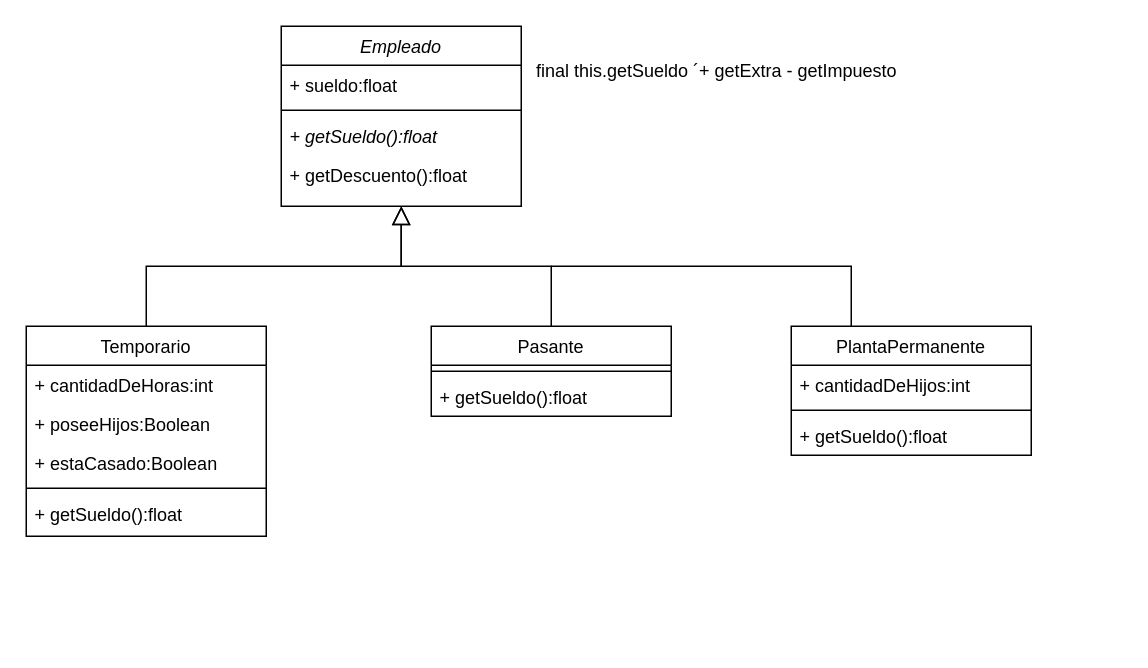
Earlier version of the draw.io diagram unq-po2-TemplateMethod-sueldosRecargados.drawio (nhubczyk/Diagramas-UML). Source tidied: cells renumbered, new cells numbered last; positions are measured from the earlier drawing's top-left corner, leaving out a move shared by most shapes. Both pictures are drawn from the tidied source at 150%, with x=0, y=0 at pixel (26, 26).
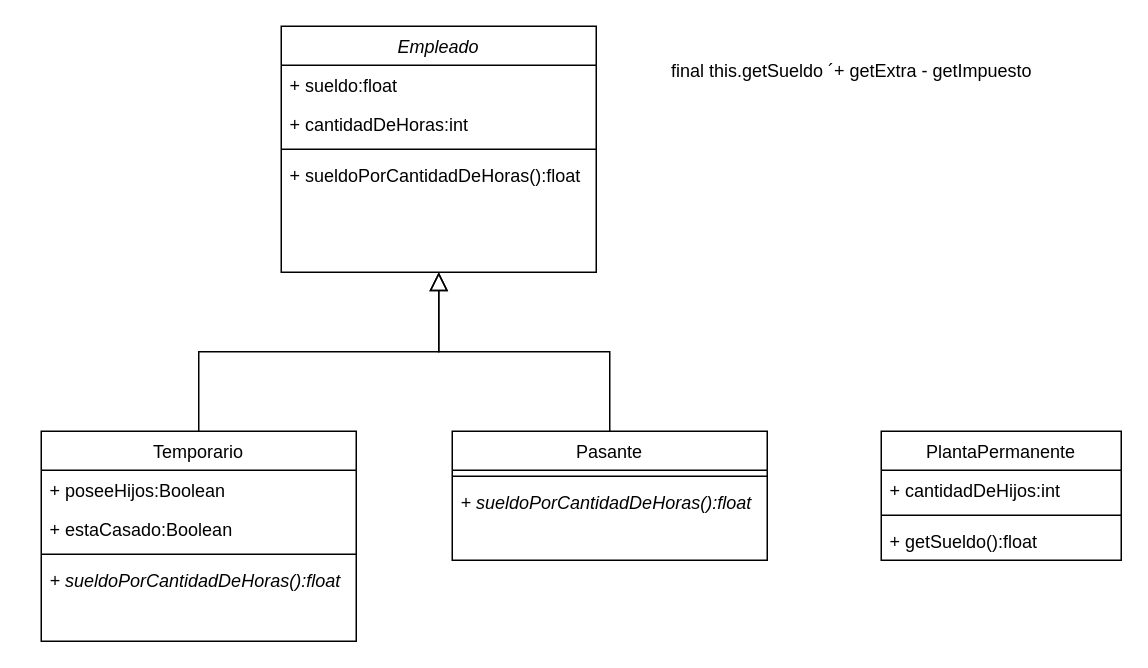
After the change.

The edit, as a diff of the source:
```diff
@@
     <mxCell id="2" value="Empleado" style="swimlane;fontStyle=2;align=center;verticalAlign=top;horizontal=1;startSize=26;rounded=0;shadow=0;strokeWidth=1;" parent="1" vertex="1">
-      <mxGeometry x="170" width="160" height="120" as="geometry" />
+      <mxGeometry x="170" width="210" height="164" as="geometry" />
     </mxCell>
     <mxCell id="3" value="+ sueldo:float" style="text;align=left;verticalAlign=top;spacingLeft=4;spacingRight=4;overflow=hidden;" parent="2" vertex="1">
-      <mxGeometry y="26" width="160" height="26" as="geometry" />
+      <mxGeometry y="26" width="210" height="26" as="geometry" />
     </mxCell>
+    <mxCell id="8" value="+ cantidadDeHoras:int" style="text;align=left;verticalAlign=top;spacingLeft=4;spacingRight=4;overflow=hidden;" parent="2" vertex="1">
+      <mxGeometry y="52" width="210" height="26" as="geometry" />
+    </mxCell>
     <mxCell id="4" style="line;html=1;strokeWidth=1;align=left;verticalAlign=middle;spacingTop=-1;spacingLeft=3;spacingRight=3;labelPosition=right;" parent="2" vertex="1">
-      <mxGeometry y="52" width="160" height="8" as="geometry" />
+      <mxGeometry y="78" width="210" height="8" as="geometry" />
     </mxCell>
-    <mxCell id="5" value="+ getSueldo():float" style="text;align=left;verticalAlign=top;spacingLeft=4;spacingRight=4;overflow=hidden;fontStyle=2;" parent="2" vertex="1">
-      <mxGeometry y="60" width="160" height="26" as="geometry" />
+    <mxCell id="5" value="+ sueldoPorCantidadDeHoras():float" style="text;align=left;verticalAlign=top;spacingLeft=4;spacingRight=4;overflow=hidden;fontStyle=0;" parent="2" vertex="1">
+      <mxGeometry y="86" width="210" height="26" as="geometry" />
     </mxCell>
-    <mxCell id="6" value="+ getDescuento():float" style="text;align=left;verticalAlign=top;spacingLeft=4;spacingRight=4;overflow=hidden;" parent="2" vertex="1">
-      <mxGeometry y="86" width="160" height="26" as="geometry" />
-    </mxCell>
     <mxCell id="7" value="Temporario" style="swimlane;fontStyle=0;align=center;verticalAlign=top;horizontal=1;startSize=26;rounded=0;shadow=0;strokeWidth=1;" parent="1" vertex="1">
-      <mxGeometry y="200" width="160" height="140" as="geometry" />
+      <mxGeometry x="10" y="270" width="210" height="140" as="geometry" />
     </mxCell>
-    <mxCell id="8" value="+ cantidadDeHoras:int" style="text;align=left;verticalAlign=top;spacingLeft=4;spacingRight=4;overflow=hidden;" parent="7" vertex="1">
-      <mxGeometry y="26" width="160" height="26" as="geometry" />
-    </mxCell>
     <mxCell id="9" value="+ poseeHijos:Boolean" style="text;align=left;verticalAlign=top;spacingLeft=4;spacingRight=4;overflow=hidden;rounded=0;shadow=0;html=0;" parent="7" vertex="1">
-      <mxGeometry y="52" width="160" height="26" as="geometry" />
+      <mxGeometry y="26" width="210" height="26" as="geometry" />
     </mxCell>
     <mxCell id="10" value="+ estaCasado:Boolean" style="text;align=left;verticalAlign=top;spacingLeft=4;spacingRight=4;overflow=hidden;rounded=0;shadow=0;html=0;" parent="7" vertex="1">
-      <mxGeometry y="78" width="160" height="26" as="geometry" />
+      <mxGeometry y="52" width="210" height="26" as="geometry" />
     </mxCell>
     <mxCell id="11" style="line;html=1;strokeWidth=1;align=left;verticalAlign=middle;spacingTop=-1;spacingLeft=3;spacingRight=3;labelPosition=right;" parent="7" vertex="1">
-      <mxGeometry y="104" width="160" height="8" as="geometry" />
+      <mxGeometry y="78" width="210" height="8" as="geometry" />
     </mxCell>
-    <mxCell id="12" value="+ getSueldo():float" style="text;align=left;verticalAlign=top;spacingLeft=4;spacingRight=4;overflow=hidden;fontStyle=0;" parent="7" vertex="1">
-      <mxGeometry y="112" width="160" height="26" as="geometry" />
-    </mxCell>
+    <mxCell id="24" value="+ sueldoPorCantidadDeHoras():float" style="text;align=left;verticalAlign=top;spacingLeft=4;spacingRight=4;overflow=hidden;fontStyle=2;" parent="7" vertex="1">
+      <mxGeometry y="86" width="210" height="26" as="geometry" />
+    </mxCell>
@@
     <mxCell id="14" value="Pasante" style="swimlane;fontStyle=0;align=center;verticalAlign=top;horizontal=1;startSize=26;rounded=0;shadow=0;strokeWidth=1;" parent="1" vertex="1">
-      <mxGeometry x="270" y="200" width="160" height="60" as="geometry" />
+      <mxGeometry x="284" y="270" width="210" height="86" as="geometry" />
     </mxCell>
     <mxCell id="15" style="line;html=1;strokeWidth=1;align=left;verticalAlign=middle;spacingTop=-1;spacingLeft=3;spacingRight=3;labelPosition=right;" parent="14" vertex="1">
-      <mxGeometry y="26" width="160" height="8" as="geometry" />
+      <mxGeometry y="26" width="210" height="8" as="geometry" />
     </mxCell>
-    <mxCell id="16" value="+ getSueldo():float" style="text;align=left;verticalAlign=top;spacingLeft=4;spacingRight=4;overflow=hidden;fontStyle=0;" parent="14" vertex="1">
-      <mxGeometry y="34" width="160" height="26" as="geometry" />
-    </mxCell>
+    <mxCell id="25" value="+ sueldoPorCantidadDeHoras():float" style="text;align=left;verticalAlign=top;spacingLeft=4;spacingRight=4;overflow=hidden;fontStyle=2;" parent="14" vertex="1">
+      <mxGeometry y="34" width="210" height="26" as="geometry" />
+    </mxCell>
@@
     <mxCell id="18" value="PlantaPermanente" style="swimlane;fontStyle=0;align=center;verticalAlign=top;horizontal=1;startSize=26;rounded=0;shadow=0;strokeWidth=1;" parent="1" vertex="1">
-      <mxGeometry x="510" y="200" width="160" height="86" as="geometry" />
+      <mxGeometry x="570" y="270" width="160" height="86" as="geometry" />
     </mxCell>
@@
-    <mxCell id="22" style="endArrow=none;html=1;edgeStyle=orthogonalEdgeStyle;rounded=0;entryX=0.25;entryY=0;entryDx=0;entryDy=0;" parent="1" edge="1" target="18">
-      <mxGeometry relative="1" as="geometry">
-        <mxPoint x="350" y="160" as="sourcePoint" />
-        <Array as="points">
-          <mxPoint x="430" y="160" />
-          <mxPoint x="550" y="160" />
-        </Array>
-      </mxGeometry>
-    </mxCell>
     <mxCell id="23" value="final this.getSueldo ´+ getExtra - getImpuesto" style="text;html=1;align=center;verticalAlign=middle;strokeColor=none;fillColor=none;" parent="1" vertex="1">
-      <mxGeometry x="330" y="15" width="260" height="30" as="geometry" />
+      <mxGeometry x="420" y="15" width="260" height="30" as="geometry" />
     </mxCell>
```
